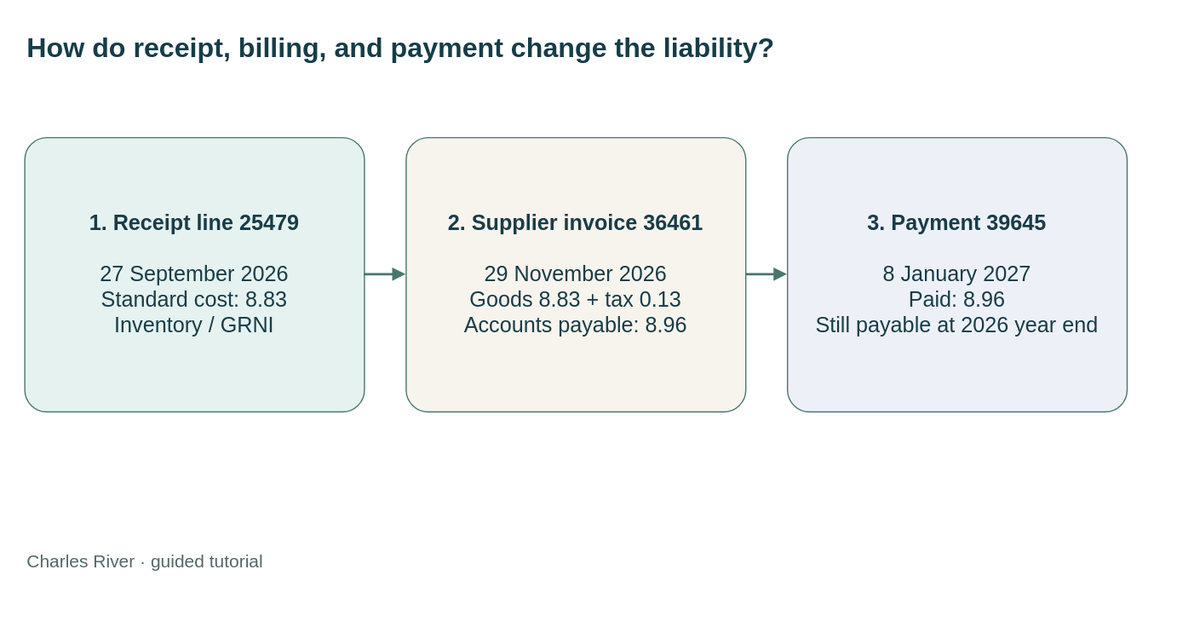
This is static/diagrams/tutorials/receipt-to-payable.svg from mmcodesso/CharlesRiver_Database, a draw.io export, as it was before one commit. Source tidied: cells renumbered, new cells last; positions are measured from the earlier drawing's top-left corner, leaving out a move shared by most shapes.
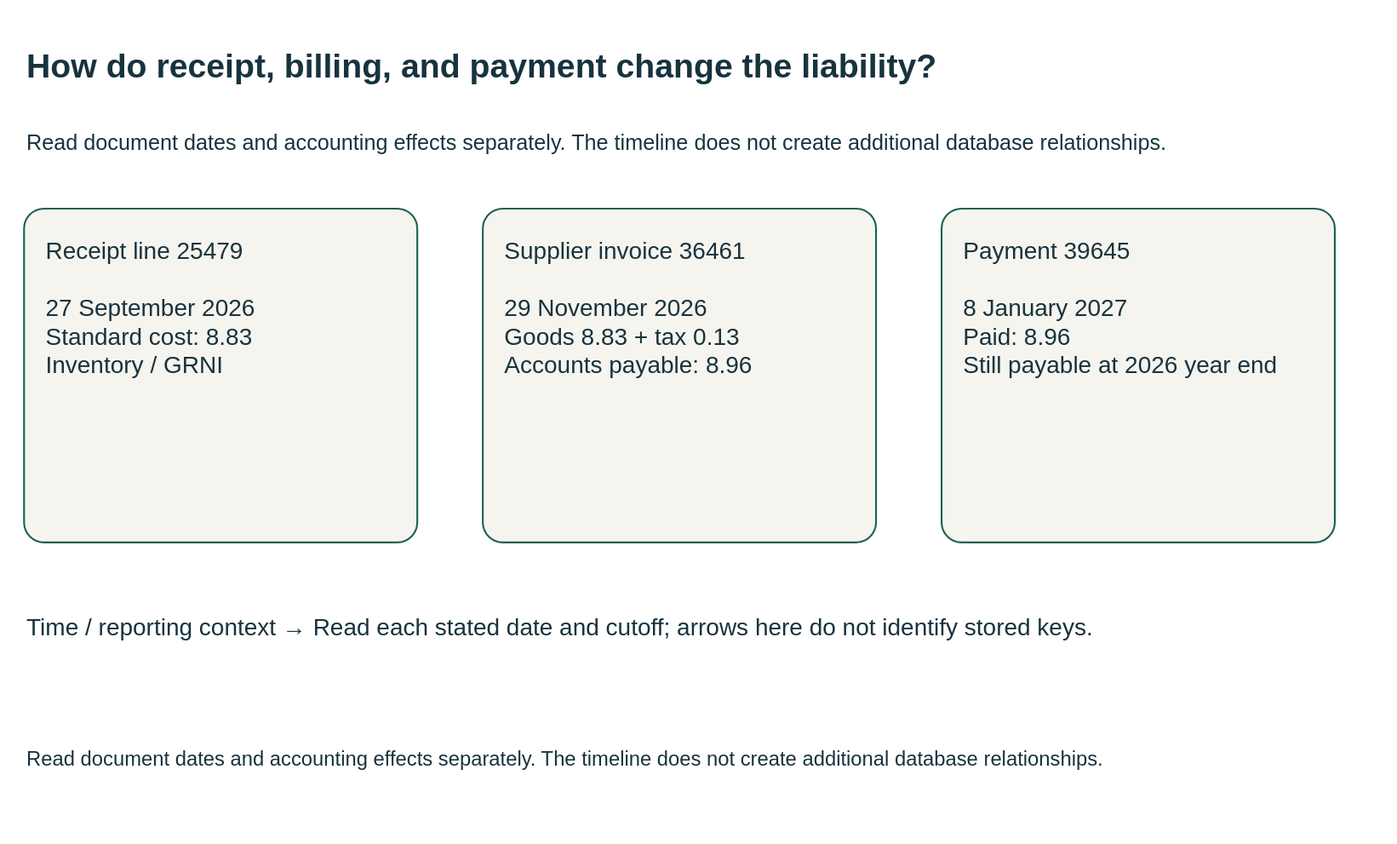
Later version of the same file.

Change to the diagram source:
```diff
@@ -1,27 +1,27 @@
-<mxGraphModel>
+<mxGraphModel background="#FFFFFF">
   <root>
     <mxCell id="0" />
     <mxCell id="1" parent="0" />
-    <mxCell id="2" value="How do receipt, billing, and payment change the liability?" style="text;html=0;whiteSpace=wrap;fontSize=23;fontStyle=1;fontColor=#163d48;align=left;" parent="1" vertex="1">
-      <mxGeometry width="920" height="60" as="geometry" />
+    <mxCell id="2" value="How do receipt, billing, and payment change the liability?" style="html=0;fontFamily=Arial;fontSize=20;fontColor=#17333e;strokeColor=#196252;strokeWidth=1.5;whiteSpace=wrap;text;strokeColor=none;fillColor=none;align=left;verticalAlign=middle;fontSize=28;fontStyle=1;" parent="1" vertex="1">
+      <mxGeometry width="1110" height="70" as="geometry" />
     </mxCell>
+    <mxCell id="9" value="Read document dates and accounting effects separately. The timeline does not create additional database relationships." style="html=0;fontFamily=Arial;fontSize=20;fontColor=#17333e;strokeColor=#196252;strokeWidth=1.5;whiteSpace=wrap;text;strokeColor=none;fillColor=none;align=left;verticalAlign=middle;fontSize=18;fontStyle=0;" parent="1" vertex="1">
+      <mxGeometry y="72" width="1110" height="55" as="geometry" />
+    </mxCell>
-    <mxCell id="3" value="&lt;b&gt;1. Receipt line 25479&lt;/b&gt;&lt;br&gt;&lt;br&gt;27 September 2026&lt;br&gt;Standard cost: 8.83&lt;br&gt;Inventory / GRNI" style="rounded=1;whiteSpace=wrap;html=1;fillColor=#e5f2ef;strokeColor=#48766e;fontColor=#183c48;fontSize=18;spacing=15;arcSize=8;" parent="1" vertex="1">
-      <mxGeometry y="95" width="285" height="230" as="geometry" />
+    <mxCell id="3" value="Receipt line 25479&#10;&#10;27 September 2026&#10;Standard cost: 8.83&#10;Inventory / GRNI" style="html=0;fontFamily=Arial;fontSize=20;fontColor=#17333e;strokeColor=#196252;strokeWidth=1.5;whiteSpace=wrap;rounded=1;arcSize=6;fillColor=#f6f4ee;align=left;verticalAlign=top;spacing=18;" parent="1" vertex="1">
+      <mxGeometry y="155" width="330" height="280" as="geometry" />
     </mxCell>
-    <mxCell id="4" value="&lt;b&gt;2. Supplier invoice 36461&lt;/b&gt;&lt;br&gt;&lt;br&gt;29 November 2026&lt;br&gt;Goods 8.83 + tax 0.13&lt;br&gt;Accounts payable: 8.96" style="rounded=1;whiteSpace=wrap;html=1;fillColor=#f7f4ed;strokeColor=#48766e;fontColor=#183c48;fontSize=18;spacing=15;arcSize=8;" parent="1" vertex="1">
-      <mxGeometry x="320" y="95" width="285" height="230" as="geometry" />
+    <mxCell id="4" value="Supplier invoice 36461&#10;&#10;29 November 2026&#10;Goods 8.83 + tax 0.13&#10;Accounts payable: 8.96" style="html=0;fontFamily=Arial;fontSize=20;fontColor=#17333e;strokeColor=#196252;strokeWidth=1.5;whiteSpace=wrap;rounded=1;arcSize=6;fillColor=#f6f4ee;align=left;verticalAlign=top;spacing=18;" parent="1" vertex="1">
+      <mxGeometry x="385" y="155" width="330" height="280" as="geometry" />
     </mxCell>
-    <mxCell id="5" value="&lt;b&gt;3. Payment 39645&lt;/b&gt;&lt;br&gt;&lt;br&gt;8 January 2027&lt;br&gt;Paid: 8.96&lt;br&gt;Still payable at 2026 year end" style="rounded=1;whiteSpace=wrap;html=1;fillColor=#edf1f7;strokeColor=#48766e;fontColor=#183c48;fontSize=18;spacing=15;arcSize=8;" parent="1" vertex="1">
-      <mxGeometry x="640" y="95" width="285" height="230" as="geometry" />
+    <mxCell id="5" value="Payment 39645&#10;&#10;8 January 2027&#10;Paid: 8.96&#10;Still payable at 2026 year end" style="html=0;fontFamily=Arial;fontSize=20;fontColor=#17333e;strokeColor=#196252;strokeWidth=1.5;whiteSpace=wrap;rounded=1;arcSize=6;fillColor=#f6f4ee;align=left;verticalAlign=top;spacing=18;" parent="1" vertex="1">
+      <mxGeometry x="770" y="155" width="330" height="280" as="geometry" />
     </mxCell>
-    <mxCell id="6" style="edgeStyle=orthogonalEdgeStyle;rounded=0;html=0;strokeColor=#48766e;strokeWidth=2;endArrow=block;endFill=1;exitX=1;exitY=0.5;entryX=0;entryY=0.5;" parent="1" edge="1" source="3" target="4">
-      <mxGeometry relative="1" as="geometry" />
-    </mxCell>
-    <mxCell id="7" style="edgeStyle=orthogonalEdgeStyle;rounded=0;html=0;strokeColor=#48766e;strokeWidth=2;endArrow=block;endFill=1;exitX=1;exitY=0.5;entryX=0;entryY=0.5;" parent="1" edge="1" source="4" target="5">
-      <mxGeometry relative="1" as="geometry" />
-    </mxCell>
+    <mxCell id="10" value="Time / reporting context →     Read each stated date and cutoff; arrows here do not identify stored keys." style="html=0;fontFamily=Arial;fontSize=20;fontColor=#17333e;strokeColor=#196252;strokeWidth=1.5;whiteSpace=wrap;text;strokeColor=none;fillColor=none;align=left;verticalAlign=middle;fontSize=20;fontStyle=0;" parent="1" vertex="1">
+      <mxGeometry y="475" width="1100" height="60" as="geometry" />
+    </mxCell>
-    <mxCell id="8" value="Charles River · guided tutorial" style="text;html=0;fontColor=#526869;fontSize=15;align=left;" parent="1" vertex="1">
-      <mxGeometry y="435" width="920" height="30" as="geometry" />
+    <mxCell id="8" value="Read document dates and accounting effects separately. The timeline does not create additional database relationships." style="html=0;fontFamily=Arial;fontSize=20;fontColor=#17333e;strokeColor=#196252;strokeWidth=1.5;whiteSpace=wrap;text;strokeColor=none;fillColor=none;align=left;verticalAlign=middle;fontSize=17;fontStyle=0;" parent="1" vertex="1">
+      <mxGeometry y="587" width="1110" height="60" as="geometry" />
     </mxCell>
   </root>
 </mxGraphModel>
```
